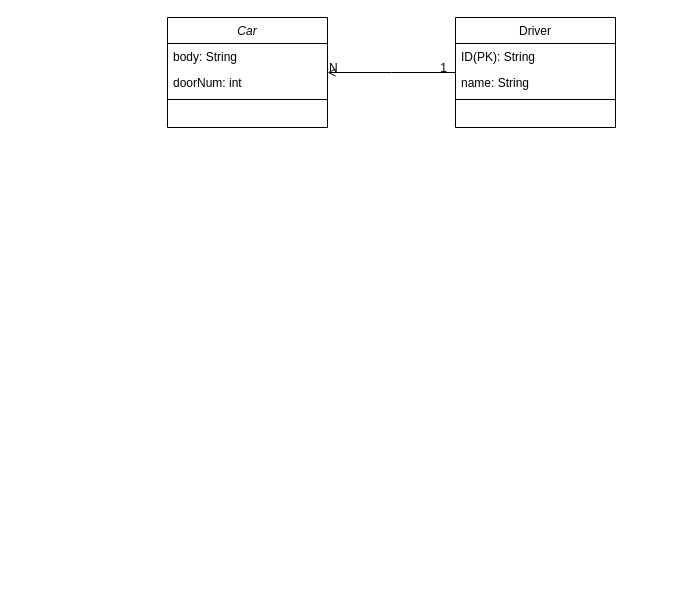
Above: Portfolio2.drawio in micahsellis/UMLs (draw.io), before the change. Source tidied: cells renumbered, new cells numbered last; positions are measured from the earlier drawing's top-left corner, leaving out a move shared by most shapes. Both pictures are drawn from the tidied source at 100%, with x=0, y=0 at pixel (167, 17).
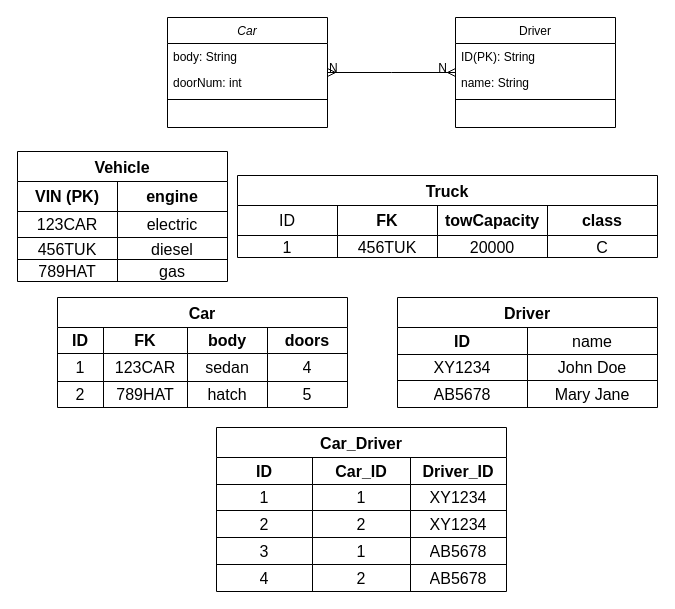
Above is the later version.

The change refers to these unchanged cells:
```xml
<mxCell id="2" value="Car" style="swimlane;fontStyle=2;align=center;verticalAlign=top;horizontal=1;startSize=26;rounded=0;shadow=0;strokeWidth=1;" parent="1" vertex="1">
  <mxGeometry width="160" height="110" as="geometry" />
</mxCell>
<mxCell id="6" value="Driver" style="swimlane;fontStyle=0;align=center;verticalAlign=top;horizontal=1;startSize=26;rounded=0;shadow=0;strokeWidth=1;" parent="1" vertex="1">
  <mxGeometry x="288" width="160" height="110" as="geometry" />
</mxCell>
```

The edit, as a diff of the source:
```diff
@@
-    <mxCell id="10" style="endArrow=none;shadow=0;strokeWidth=1;rounded=0;endFill=0;edgeStyle=elbowEdgeStyle;elbow=vertical;startArrow=open;startFill=0;" parent="1" edge="1" source="2" target="6">
+    <mxCell id="10" style="endArrow=ERmany;shadow=0;strokeWidth=1;rounded=0;endFill=0;edgeStyle=elbowEdgeStyle;elbow=vertical;startArrow=ERmany;startFill=0;" parent="1" edge="1" source="2" target="6">
       <mxGeometry x="0.5" y="41" relative="1" as="geometry">
         <mxPoint x="-40" y="32" as="offset" />
       </mxGeometry>
     </mxCell>
@@
-    <mxCell id="12" value="1" style="align=right;verticalAlign=bottom;labelBackgroundColor=none;fontSize=12;" parent="10" vertex="1">
+    <mxCell id="12" value="N" style="align=right;verticalAlign=bottom;labelBackgroundColor=none;fontSize=12;" parent="10" vertex="1">
       <mxGeometry x="1" relative="1" as="geometry">
         <mxPoint x="-7" y="4" as="offset" />
       </mxGeometry>
     </mxCell>
+    <mxCell id="13" value="Car" style="shape=table;startSize=30;childLayout=tableLayout;strokeColor=default;fontSize=16;fontStyle=1;" parent="1" vertex="1">
+      <mxGeometry x="-110" y="280" width="290" height="110" as="geometry" />
+    </mxCell>
+    <mxCell id="14" style="shape=tableRow;horizontal=0;startSize=0;swimlaneHead=0;swimlaneBody=0;strokeColor=inherit;top=0;left=0;bottom=0;right=0;fillColor=none;fontSize=16;" parent="13" vertex="1">
+      <mxGeometry y="30" width="290" height="26" as="geometry" />
+    </mxCell>
+    <mxCell id="15" value="&lt;b&gt;ID&lt;/b&gt;" style="shape=partialRectangle;html=1;whiteSpace=wrap;strokeColor=inherit;overflow=hidden;fillColor=none;top=0;left=0;bottom=0;right=0;fontSize=16;" parent="14" vertex="1">
+      <mxGeometry width="46" height="26" as="geometry" />
+    </mxCell>
+    <mxCell id="16" value="&lt;b&gt;FK&lt;/b&gt;" style="shape=partialRectangle;html=1;whiteSpace=wrap;strokeColor=inherit;overflow=hidden;fillColor=none;top=0;left=0;bottom=0;right=0;fontSize=16;" parent="14" vertex="1">
+      <mxGeometry x="46" width="84" height="26" as="geometry" />
+    </mxCell>
+    <mxCell id="17" value="&lt;b&gt;body&lt;/b&gt;" style="shape=partialRectangle;html=1;whiteSpace=wrap;strokeColor=inherit;overflow=hidden;fillColor=none;top=0;left=0;bottom=0;right=0;fontSize=16;" parent="14" vertex="1">
+      <mxGeometry x="130" width="80" height="26" as="geometry" />
+    </mxCell>
+    <mxCell id="18" value="&lt;b&gt;doors&lt;/b&gt;" style="shape=partialRectangle;html=1;whiteSpace=wrap;strokeColor=inherit;overflow=hidden;fillColor=none;top=0;left=0;bottom=0;right=0;fontSize=16;" parent="14" vertex="1">
+      <mxGeometry x="210" width="80" height="26" as="geometry" />
+    </mxCell>
+    <mxCell id="19" style="shape=tableRow;horizontal=0;startSize=0;swimlaneHead=0;swimlaneBody=0;strokeColor=inherit;top=0;left=0;bottom=0;right=0;fillColor=none;fontSize=16;" parent="13" vertex="1">
+      <mxGeometry y="56" width="290" height="28" as="geometry" />
+    </mxCell>
+    <mxCell id="20" value="1" style="shape=partialRectangle;html=1;whiteSpace=wrap;strokeColor=inherit;overflow=hidden;fillColor=none;top=0;left=0;bottom=0;right=0;fontSize=16;" parent="19" vertex="1">
+      <mxGeometry width="46" height="28" as="geometry" />
+    </mxCell>
+    <mxCell id="21" value="123CAR" style="shape=partialRectangle;html=1;whiteSpace=wrap;strokeColor=inherit;overflow=hidden;fillColor=none;top=0;left=0;bottom=0;right=0;fontSize=16;" parent="19" vertex="1">
+      <mxGeometry x="46" width="84" height="28" as="geometry" />
+    </mxCell>
+    <mxCell id="22" value="sedan" style="shape=partialRectangle;html=1;whiteSpace=wrap;strokeColor=inherit;overflow=hidden;fillColor=none;top=0;left=0;bottom=0;right=0;fontSize=16;" parent="19" vertex="1">
+      <mxGeometry x="130" width="80" height="28" as="geometry" />
+    </mxCell>
+    <mxCell id="23" value="4" style="shape=partialRectangle;html=1;whiteSpace=wrap;strokeColor=inherit;overflow=hidden;fillColor=none;top=0;left=0;bottom=0;right=0;fontSize=16;" parent="19" vertex="1">
+      <mxGeometry x="210" width="80" height="28" as="geometry" />
+    </mxCell>
+    <mxCell id="24" style="shape=tableRow;horizontal=0;startSize=0;swimlaneHead=0;swimlaneBody=0;strokeColor=inherit;top=0;left=0;bottom=0;right=0;fillColor=none;fontSize=16;" parent="13" vertex="1">
+      <mxGeometry y="84" width="290" height="26" as="geometry" />
+    </mxCell>
+    <mxCell id="25" value="2" style="shape=partialRectangle;html=1;whiteSpace=wrap;strokeColor=inherit;overflow=hidden;fillColor=none;top=0;left=0;bottom=0;right=0;fontSize=16;" parent="24" vertex="1">
+      <mxGeometry width="46" height="26" as="geometry" />
+    </mxCell>
+    <mxCell id="26" value="789HAT" style="shape=partialRectangle;html=1;whiteSpace=wrap;strokeColor=inherit;overflow=hidden;fillColor=none;top=0;left=0;bottom=0;right=0;fontSize=16;" parent="24" vertex="1">
+      <mxGeometry x="46" width="84" height="26" as="geometry" />
+    </mxCell>
+    <mxCell id="27" value="hatch" style="shape=partialRectangle;html=1;whiteSpace=wrap;strokeColor=inherit;overflow=hidden;fillColor=none;top=0;left=0;bottom=0;right=0;fontSize=16;" parent="24" vertex="1">
+      <mxGeometry x="130" width="80" height="26" as="geometry" />
+    </mxCell>
+    <mxCell id="28" value="5" style="shape=partialRectangle;html=1;whiteSpace=wrap;strokeColor=inherit;overflow=hidden;fillColor=none;top=0;left=0;bottom=0;right=0;fontSize=16;" parent="24" vertex="1">
+      <mxGeometry x="210" width="80" height="26" as="geometry" />
+    </mxCell>
+    <mxCell id="29" value="Driver" style="shape=table;startSize=30;childLayout=tableLayout;strokeColor=default;fontSize=16;fontStyle=1;" parent="1" vertex="1">
+      <mxGeometry x="230" y="280" width="260" height="110" as="geometry" />
+    </mxCell>
+    <mxCell id="30" style="shape=tableRow;horizontal=0;startSize=0;swimlaneHead=0;swimlaneBody=0;strokeColor=inherit;top=0;left=0;bottom=0;right=0;fillColor=none;fontSize=16;" parent="29" vertex="1">
+      <mxGeometry y="30" width="260" height="27" as="geometry" />
+    </mxCell>
+    <mxCell id="31" value="&lt;b&gt;ID&lt;/b&gt;" style="shape=partialRectangle;html=1;whiteSpace=wrap;strokeColor=inherit;overflow=hidden;fillColor=none;top=0;left=0;bottom=0;right=0;fontSize=16;" parent="30" vertex="1">
+      <mxGeometry width="130" height="27" as="geometry" />
+    </mxCell>
+    <mxCell id="32" value="name" style="shape=partialRectangle;html=1;whiteSpace=wrap;strokeColor=inherit;overflow=hidden;fillColor=none;top=0;left=0;bottom=0;right=0;fontSize=16;" parent="30" vertex="1">
+      <mxGeometry x="130" width="130" height="27" as="geometry" />
+    </mxCell>
+    <mxCell id="33" style="shape=tableRow;horizontal=0;startSize=0;swimlaneHead=0;swimlaneBody=0;strokeColor=inherit;top=0;left=0;bottom=0;right=0;fillColor=none;fontSize=16;" parent="29" vertex="1">
+      <mxGeometry y="57" width="260" height="26" as="geometry" />
+    </mxCell>
+    <mxCell id="34" value="XY1234" style="shape=partialRectangle;html=1;whiteSpace=wrap;strokeColor=inherit;overflow=hidden;fillColor=none;top=0;left=0;bottom=0;right=0;fontSize=16;" parent="33" vertex="1">
+      <mxGeometry width="130" height="26" as="geometry" />
+    </mxCell>
+    <mxCell id="35" value="John Doe" style="shape=partialRectangle;html=1;whiteSpace=wrap;strokeColor=inherit;overflow=hidden;fillColor=none;top=0;left=0;bottom=0;right=0;fontSize=16;" parent="33" vertex="1">
+      <mxGeometry x="130" width="130" height="26" as="geometry" />
+    </mxCell>
+    <mxCell id="36" style="shape=tableRow;horizontal=0;startSize=0;swimlaneHead=0;swimlaneBody=0;strokeColor=inherit;top=0;left=0;bottom=0;right=0;fillColor=none;fontSize=16;" parent="29" vertex="1">
+      <mxGeometry y="83" width="260" height="27" as="geometry" />
+    </mxCell>
+    <mxCell id="37" value="AB5678" style="shape=partialRectangle;html=1;whiteSpace=wrap;strokeColor=inherit;overflow=hidden;fillColor=none;top=0;left=0;bottom=0;right=0;fontSize=16;" parent="36" vertex="1">
+      <mxGeometry width="130" height="27" as="geometry" />
+    </mxCell>
+    <mxCell id="38" value="Mary Jane" style="shape=partialRectangle;html=1;whiteSpace=wrap;strokeColor=inherit;overflow=hidden;fillColor=none;top=0;left=0;bottom=0;right=0;fontSize=16;" parent="36" vertex="1">
+      <mxGeometry x="130" width="130" height="27" as="geometry" />
+    </mxCell>
+    <mxCell id="39" value="Car_Driver" style="shape=table;startSize=30;childLayout=tableLayout;strokeColor=default;fontSize=16;fontStyle=1;" parent="1" vertex="1">
+      <mxGeometry x="49" y="410" width="290" height="164" as="geometry" />
+    </mxCell>
+    <mxCell id="40" style="shape=tableRow;horizontal=0;startSize=0;swimlaneHead=0;swimlaneBody=0;strokeColor=inherit;top=0;left=0;bottom=0;right=0;fillColor=none;fontSize=16;" parent="39" vertex="1">
+      <mxGeometry y="30" width="290" height="27" as="geometry" />
+    </mxCell>
+    <mxCell id="41" value="&lt;b&gt;ID&lt;/b&gt;" style="shape=partialRectangle;html=1;whiteSpace=wrap;strokeColor=inherit;overflow=hidden;fillColor=none;top=0;left=0;bottom=0;right=0;fontSize=16;" parent="40" vertex="1">
+      <mxGeometry width="96" height="27" as="geometry" />
+    </mxCell>
+    <mxCell id="42" value="&lt;b&gt;Car_ID&lt;/b&gt;" style="shape=partialRectangle;html=1;whiteSpace=wrap;strokeColor=inherit;overflow=hidden;fillColor=none;top=0;left=0;bottom=0;right=0;fontSize=16;" parent="40" vertex="1">
+      <mxGeometry x="96" width="98" height="27" as="geometry" />
+    </mxCell>
+    <mxCell id="43" value="&lt;b&gt;Driver_ID&lt;/b&gt;" style="shape=partialRectangle;html=1;whiteSpace=wrap;strokeColor=inherit;overflow=hidden;fillColor=none;top=0;left=0;bottom=0;right=0;fontSize=16;" parent="40" vertex="1">
+      <mxGeometry x="194" width="96" height="27" as="geometry" />
+    </mxCell>
+    <mxCell id="44" style="shape=tableRow;horizontal=0;startSize=0;swimlaneHead=0;swimlaneBody=0;strokeColor=inherit;top=0;left=0;bottom=0;right=0;fillColor=none;fontSize=16;" parent="39" vertex="1">
+      <mxGeometry y="57" width="290" height="26" as="geometry" />
+    </mxCell>
+    <mxCell id="45" value="1" style="shape=partialRectangle;html=1;whiteSpace=wrap;strokeColor=inherit;overflow=hidden;fillColor=none;top=0;left=0;bottom=0;right=0;fontSize=16;" parent="44" vertex="1">
+      <mxGeometry width="96" height="26" as="geometry" />
+    </mxCell>
+    <mxCell id="46" value="1" style="shape=partialRectangle;html=1;whiteSpace=wrap;strokeColor=inherit;overflow=hidden;fillColor=none;top=0;left=0;bottom=0;right=0;fontSize=16;" parent="44" vertex="1">
+      <mxGeometry x="96" width="98" height="26" as="geometry" />
+    </mxCell>
+    <mxCell id="47" value="XY1234" style="shape=partialRectangle;html=1;whiteSpace=wrap;strokeColor=inherit;overflow=hidden;fillColor=none;top=0;left=0;bottom=0;right=0;fontSize=16;" parent="44" vertex="1">
+      <mxGeometry x="194" width="96" height="26" as="geometry" />
+    </mxCell>
+    <mxCell id="48" style="shape=tableRow;horizontal=0;startSize=0;swimlaneHead=0;swimlaneBody=0;strokeColor=inherit;top=0;left=0;bottom=0;right=0;fillColor=none;fontSize=16;" parent="39" vertex="1">
+      <mxGeometry y="83" width="290" height="27" as="geometry" />
+    </mxCell>
+    <mxCell id="49" value="2" style="shape=partialRectangle;html=1;whiteSpace=wrap;strokeColor=inherit;overflow=hidden;fillColor=none;top=0;left=0;bottom=0;right=0;fontSize=16;" parent="48" vertex="1">
+      <mxGeometry width="96" height="27" as="geometry" />
+    </mxCell>
+    <mxCell id="50" value="2" style="shape=partialRectangle;html=1;whiteSpace=wrap;strokeColor=inherit;overflow=hidden;fillColor=none;top=0;left=0;bottom=0;right=0;fontSize=16;" parent="48" vertex="1">
+      <mxGeometry x="96" width="98" height="27" as="geometry" />
+    </mxCell>
+    <mxCell id="51" value="XY1234" style="shape=partialRectangle;html=1;whiteSpace=wrap;strokeColor=inherit;overflow=hidden;fillColor=none;top=0;left=0;bottom=0;right=0;fontSize=16;" parent="48" vertex="1">
+      <mxGeometry x="194" width="96" height="27" as="geometry" />
+    </mxCell>
+    <mxCell id="52" style="shape=tableRow;horizontal=0;startSize=0;swimlaneHead=0;swimlaneBody=0;strokeColor=inherit;top=0;left=0;bottom=0;right=0;fillColor=none;fontSize=16;" parent="39" vertex="1">
+      <mxGeometry y="110" width="290" height="27" as="geometry" />
+    </mxCell>
+    <mxCell id="53" value="3" style="shape=partialRectangle;html=1;whiteSpace=wrap;strokeColor=inherit;overflow=hidden;fillColor=none;top=0;left=0;bottom=0;right=0;fontSize=16;" parent="52" vertex="1">
+      <mxGeometry width="96" height="27" as="geometry" />
+    </mxCell>
+    <mxCell id="54" value="1" style="shape=partialRectangle;html=1;whiteSpace=wrap;strokeColor=inherit;overflow=hidden;fillColor=none;top=0;left=0;bottom=0;right=0;fontSize=16;" parent="52" vertex="1">
+      <mxGeometry x="96" width="98" height="27" as="geometry" />
+    </mxCell>
+    <mxCell id="55" value="AB5678" style="shape=partialRectangle;html=1;whiteSpace=wrap;strokeColor=inherit;overflow=hidden;fillColor=none;top=0;left=0;bottom=0;right=0;fontSize=16;" parent="52" vertex="1">
+      <mxGeometry x="194" width="96" height="27" as="geometry" />
+    </mxCell>
+    <mxCell id="56" style="shape=tableRow;horizontal=0;startSize=0;swimlaneHead=0;swimlaneBody=0;strokeColor=inherit;top=0;left=0;bottom=0;right=0;fillColor=none;fontSize=16;" parent="39" vertex="1">
+      <mxGeometry y="137" width="290" height="27" as="geometry" />
+    </mxCell>
+    <mxCell id="57" value="4" style="shape=partialRectangle;html=1;whiteSpace=wrap;strokeColor=inherit;overflow=hidden;fillColor=none;top=0;left=0;bottom=0;right=0;fontSize=16;" parent="56" vertex="1">
+      <mxGeometry width="96" height="27" as="geometry" />
+    </mxCell>
+    <mxCell id="58" value="2" style="shape=partialRectangle;html=1;whiteSpace=wrap;strokeColor=inherit;overflow=hidden;fillColor=none;top=0;left=0;bottom=0;right=0;fontSize=16;" parent="56" vertex="1">
+      <mxGeometry x="96" width="98" height="27" as="geometry" />
+    </mxCell>
+    <mxCell id="59" value="AB5678" style="shape=partialRectangle;html=1;whiteSpace=wrap;strokeColor=inherit;overflow=hidden;fillColor=none;top=0;left=0;bottom=0;right=0;fontSize=16;" parent="56" vertex="1">
+      <mxGeometry x="194" width="96" height="27" as="geometry" />
+    </mxCell>
+    <mxCell id="60" value="Truck" style="shape=table;startSize=30;childLayout=tableLayout;strokeColor=default;fontSize=16;fontStyle=1;" parent="1" vertex="1">
+      <mxGeometry x="70" y="158" width="420" height="82" as="geometry" />
+    </mxCell>
+    <mxCell id="61" style="shape=tableRow;horizontal=0;startSize=0;swimlaneHead=0;swimlaneBody=0;strokeColor=inherit;top=0;left=0;bottom=0;right=0;fillColor=none;fontSize=16;" parent="60" vertex="1">
+      <mxGeometry y="30" width="420" height="30" as="geometry" />
+    </mxCell>
+    <mxCell id="62" value="ID" style="shape=partialRectangle;html=1;whiteSpace=wrap;strokeColor=inherit;overflow=hidden;fillColor=none;top=0;left=0;bottom=0;right=0;fontSize=16;" parent="61" vertex="1">
+      <mxGeometry width="100" height="30" as="geometry" />
+    </mxCell>
+    <mxCell id="63" value="&lt;b&gt;FK&lt;/b&gt;" style="shape=partialRectangle;html=1;whiteSpace=wrap;strokeColor=inherit;overflow=hidden;fillColor=none;top=0;left=0;bottom=0;right=0;fontSize=16;" parent="61" vertex="1">
+      <mxGeometry x="100" width="100" height="30" as="geometry" />
+    </mxCell>
+    <mxCell id="64" value="&lt;b&gt;towCapacity&lt;/b&gt;" style="shape=partialRectangle;html=1;whiteSpace=wrap;strokeColor=inherit;overflow=hidden;fillColor=none;top=0;left=0;bottom=0;right=0;fontSize=16;" parent="61" vertex="1">
+      <mxGeometry x="200" width="110" height="30" as="geometry" />
+    </mxCell>
+    <mxCell id="65" value="class" style="shape=partialRectangle;html=1;whiteSpace=wrap;strokeColor=inherit;overflow=hidden;fillColor=none;top=0;left=0;bottom=0;right=0;fontSize=16;fontStyle=1;" parent="61" vertex="1">
+      <mxGeometry x="310" width="110" height="30" as="geometry" />
+    </mxCell>
+    <mxCell id="66" style="shape=tableRow;horizontal=0;startSize=0;swimlaneHead=0;swimlaneBody=0;strokeColor=inherit;top=0;left=0;bottom=0;right=0;fillColor=none;fontSize=16;" parent="60" vertex="1">
+      <mxGeometry y="60" width="420" height="22" as="geometry" />
+    </mxCell>
+    <mxCell id="67" value="1" style="shape=partialRectangle;html=1;whiteSpace=wrap;strokeColor=inherit;overflow=hidden;fillColor=none;top=0;left=0;bottom=0;right=0;fontSize=16;" parent="66" vertex="1">
+      <mxGeometry width="100" height="22" as="geometry" />
+    </mxCell>
+    <mxCell id="68" value="456TUK" style="shape=partialRectangle;html=1;whiteSpace=wrap;strokeColor=inherit;overflow=hidden;fillColor=none;top=0;left=0;bottom=0;right=0;fontSize=16;" parent="66" vertex="1">
+      <mxGeometry x="100" width="100" height="22" as="geometry" />
+    </mxCell>
+    <mxCell id="69" value="20000" style="shape=partialRectangle;html=1;whiteSpace=wrap;strokeColor=inherit;overflow=hidden;fillColor=none;top=0;left=0;bottom=0;right=0;fontSize=16;" parent="66" vertex="1">
+      <mxGeometry x="200" width="110" height="22" as="geometry" />
+    </mxCell>
+    <mxCell id="70" value="C" style="shape=partialRectangle;html=1;whiteSpace=wrap;strokeColor=inherit;overflow=hidden;fillColor=none;top=0;left=0;bottom=0;right=0;fontSize=16;" parent="66" vertex="1">
+      <mxGeometry x="310" width="110" height="22" as="geometry" />
+    </mxCell>
+    <mxCell id="71" value="Vehicle" style="shape=table;startSize=30;childLayout=tableLayout;strokeColor=default;fontSize=16;fontStyle=1;" parent="1" vertex="1">
+      <mxGeometry x="-150" y="134" width="210" height="130" as="geometry" />
+    </mxCell>
+    <mxCell id="72" style="shape=tableRow;horizontal=0;startSize=0;swimlaneHead=0;swimlaneBody=0;strokeColor=inherit;top=0;left=0;bottom=0;right=0;fillColor=none;fontSize=16;" parent="71" vertex="1">
+      <mxGeometry y="30" width="210" height="30" as="geometry" />
+    </mxCell>
+    <mxCell id="73" value="&lt;b&gt;VIN (PK)&lt;/b&gt;" style="shape=partialRectangle;html=1;whiteSpace=wrap;strokeColor=inherit;overflow=hidden;fillColor=none;top=0;left=0;bottom=0;right=0;fontSize=16;" parent="72" vertex="1">
+      <mxGeometry width="100" height="30" as="geometry" />
+    </mxCell>
+    <mxCell id="74" value="&lt;b&gt;engine&lt;/b&gt;" style="shape=partialRectangle;html=1;whiteSpace=wrap;strokeColor=inherit;overflow=hidden;fillColor=none;top=0;left=0;bottom=0;right=0;fontSize=16;" parent="72" vertex="1">
+      <mxGeometry x="100" width="110" height="30" as="geometry" />
+    </mxCell>
+    <mxCell id="75" style="shape=tableRow;horizontal=0;startSize=0;swimlaneHead=0;swimlaneBody=0;strokeColor=inherit;top=0;left=0;bottom=0;right=0;fillColor=none;fontSize=16;" parent="71" vertex="1">
+      <mxGeometry y="60" width="210" height="26" as="geometry" />
+    </mxCell>
+    <mxCell id="76" value="123CAR" style="shape=partialRectangle;html=1;whiteSpace=wrap;strokeColor=inherit;overflow=hidden;fillColor=none;top=0;left=0;bottom=0;right=0;fontSize=16;" parent="75" vertex="1">
+      <mxGeometry width="100" height="26" as="geometry" />
+    </mxCell>
+    <mxCell id="77" value="electric" style="shape=partialRectangle;html=1;whiteSpace=wrap;strokeColor=inherit;overflow=hidden;fillColor=none;top=0;left=0;bottom=0;right=0;fontSize=16;" parent="75" vertex="1">
+      <mxGeometry x="100" width="110" height="26" as="geometry" />
+    </mxCell>
+    <mxCell id="78" style="shape=tableRow;horizontal=0;startSize=0;swimlaneHead=0;swimlaneBody=0;strokeColor=inherit;top=0;left=0;bottom=0;right=0;fillColor=none;fontSize=16;" parent="71" vertex="1">
+      <mxGeometry y="86" width="210" height="22" as="geometry" />
+    </mxCell>
+    <mxCell id="79" value="456TUK" style="shape=partialRectangle;html=1;whiteSpace=wrap;strokeColor=inherit;overflow=hidden;fillColor=none;top=0;left=0;bottom=0;right=0;fontSize=16;" parent="78" vertex="1">
+      <mxGeometry width="100" height="22" as="geometry" />
+    </mxCell>
+    <mxCell id="80" value="diesel" style="shape=partialRectangle;html=1;whiteSpace=wrap;strokeColor=inherit;overflow=hidden;fillColor=none;top=0;left=0;bottom=0;right=0;fontSize=16;" parent="78" vertex="1">
+      <mxGeometry x="100" width="110" height="22" as="geometry" />
+    </mxCell>
+    <mxCell id="81" style="shape=tableRow;horizontal=0;startSize=0;swimlaneHead=0;swimlaneBody=0;strokeColor=inherit;top=0;left=0;bottom=0;right=0;fillColor=none;fontSize=16;" parent="71" vertex="1">
+      <mxGeometry y="108" width="210" height="22" as="geometry" />
+    </mxCell>
+    <mxCell id="82" value="789HAT" style="shape=partialRectangle;html=1;whiteSpace=wrap;strokeColor=inherit;overflow=hidden;fillColor=none;top=0;left=0;bottom=0;right=0;fontSize=16;" parent="81" vertex="1">
+      <mxGeometry width="100" height="22" as="geometry" />
+    </mxCell>
+    <mxCell id="83" value="gas" style="shape=partialRectangle;html=1;whiteSpace=wrap;strokeColor=inherit;overflow=hidden;fillColor=none;top=0;left=0;bottom=0;right=0;fontSize=16;" parent="81" vertex="1">
+      <mxGeometry x="100" width="110" height="22" as="geometry" />
+    </mxCell>
```
